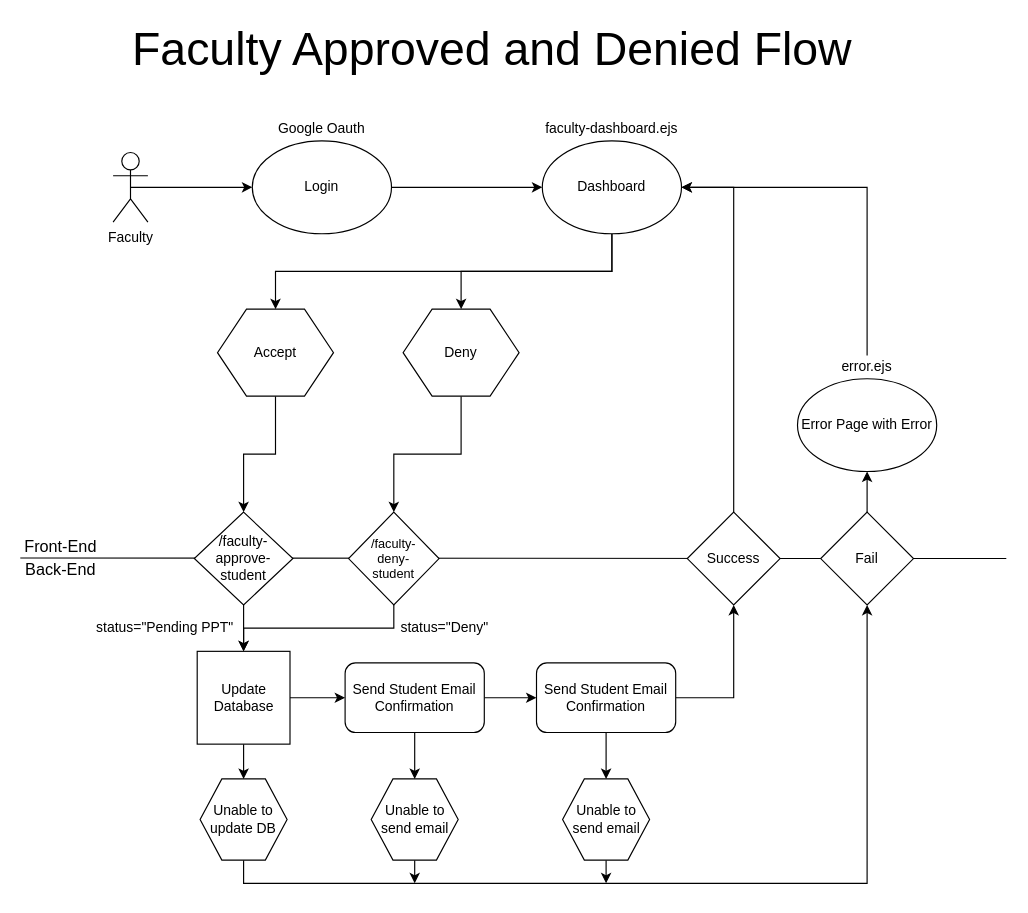
Before: page "Faculty Flow/Approve-Deny" (4 of 6) of documentation-planning/Basic System Flow for Student.drawio in sfn-git/senior-capstone, a draw.io diagram. Source tidied: cells renumbered, new cells numbered last; positions are measured from the earlier drawing's top-left corner, leaving out a move shared by most shapes. Both pictures are drawn from the tidied source at 116%, with x=0, y=0 at pixel (20, 36).
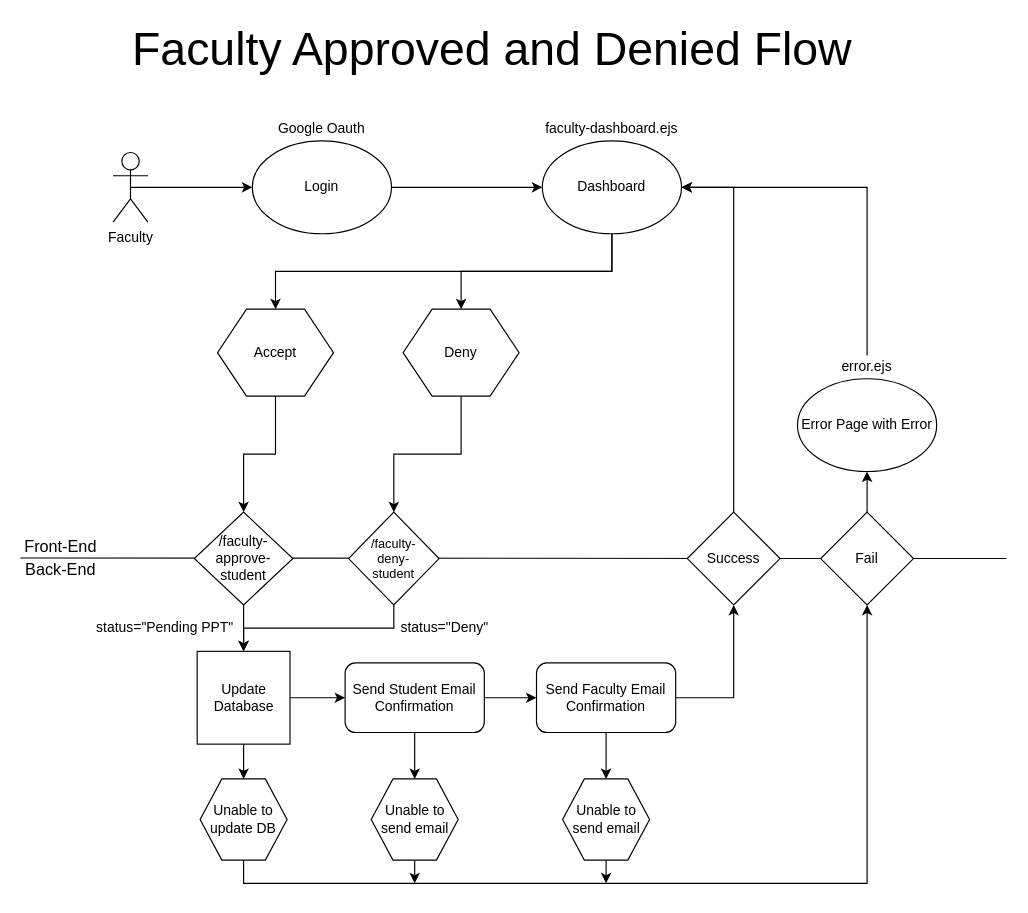
The same diagram, later.

Change to the diagram source:
```diff
@@
-    <mxCell id="37" value="Send Student Email Confirmation" style="rounded=1;whiteSpace=wrap;html=1;" parent="1" vertex="1">
+    <mxCell id="37" value="Send Faculty Email Confirmation" style="rounded=1;whiteSpace=wrap;html=1;" parent="1" vertex="1">
       <mxGeometry x="445" y="540" width="120" height="60" as="geometry" />
     </mxCell>
```
